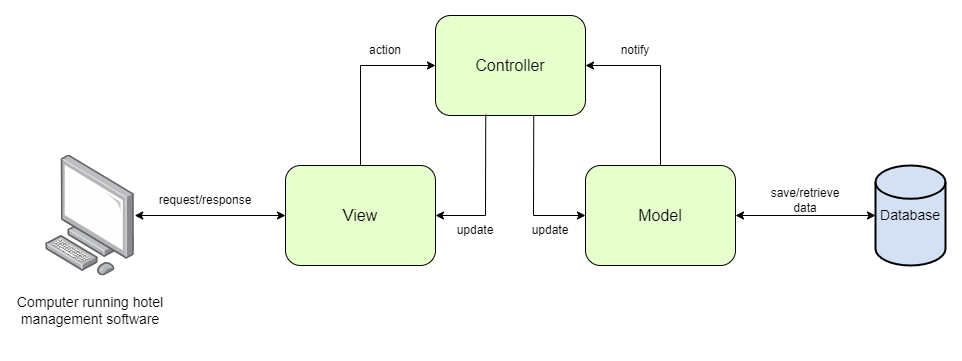
This is documentation/arch_diagram.png from bwilkins96/hotel_management_system, a draw.io export, as it was before one commit. Source tidied: cells renumbered, new cells last; positions are measured from the earlier drawing's top-left corner, leaving out a move shared by most shapes.
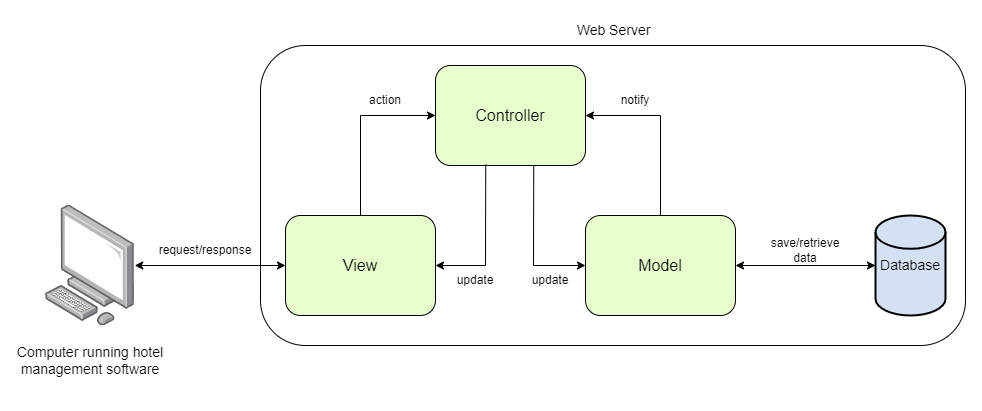
The same file after the commit.

What changed in the source:
```diff
@@ -72,5 +72,11 @@
     <mxCell id="19" value="request/response" style="text;html=1;strokeColor=none;fillColor=none;align=center;verticalAlign=middle;whiteSpace=wrap;rounded=0;" parent="1" vertex="1">
       <mxGeometry x="160" y="170" width="60" height="30" as="geometry" />
     </mxCell>
+    <mxCell id="20" style="rounded=1;whiteSpace=wrap;html=1;fillColor=none;" parent="1" vertex="1">
+      <mxGeometry x="245" y="-20" width="705" height="300" as="geometry" />
+    </mxCell>
+    <mxCell id="21" value="&lt;font style=&quot;font-size: 14px;&quot;&gt;Web Server&lt;/font&gt;" style="text;html=1;align=center;verticalAlign=middle;strokeColor=none;fillColor=none;" parent="1" vertex="1">
+      <mxGeometry x="547.5" y="-50" width="100" height="30" as="geometry" />
+    </mxCell>
   </root>
 </mxGraphModel>
```
